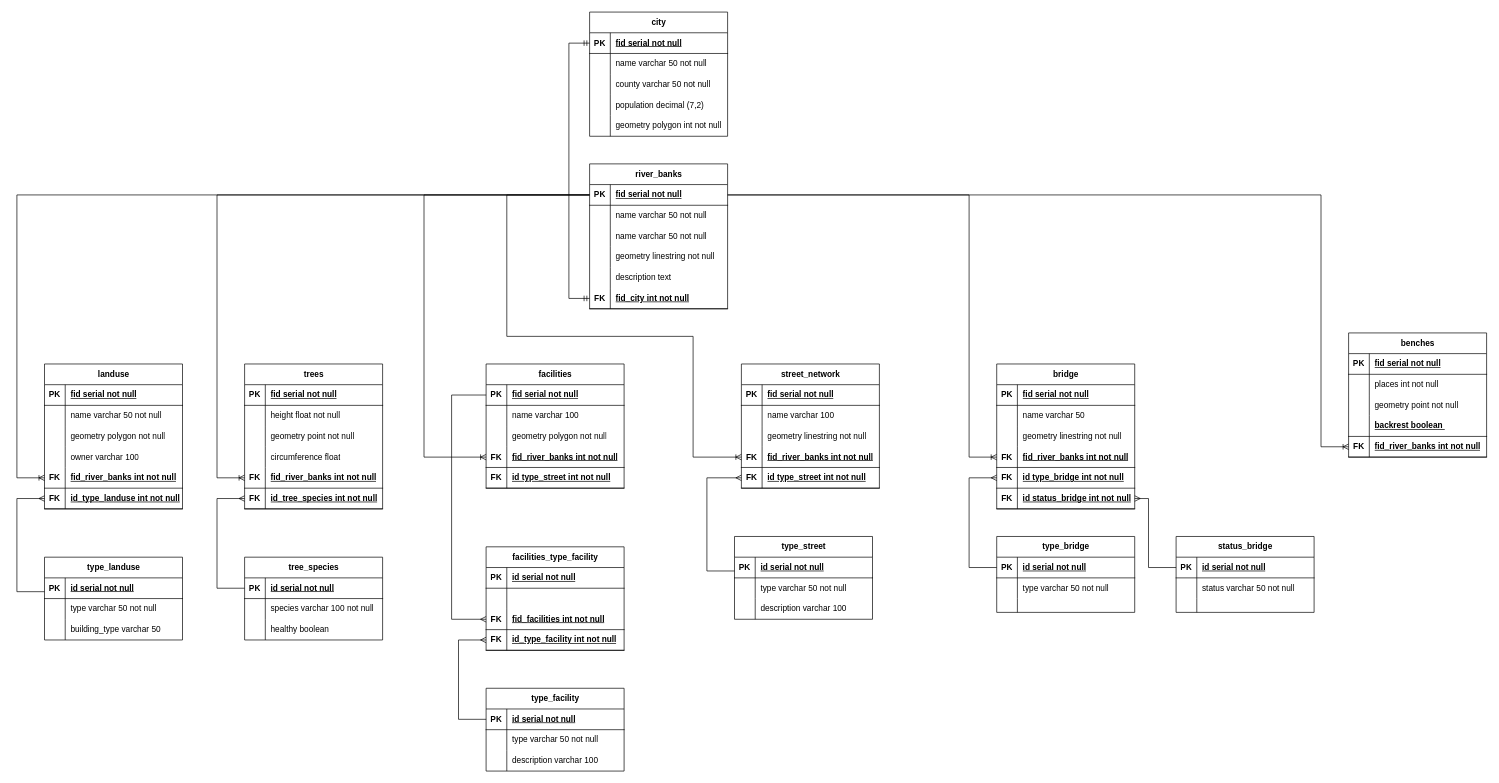
The draw.io diagram Conceptual.drawio in 2203-tania/exam_semII, before the edit. Source tidied: cells renumbered, new cells numbered last; positions are measured from the earlier drawing's top-left corner, leaving out a move shared by most shapes. Both pictures are drawn from the tidied source at 69%, with x=0, y=0 at pixel (17, 12).
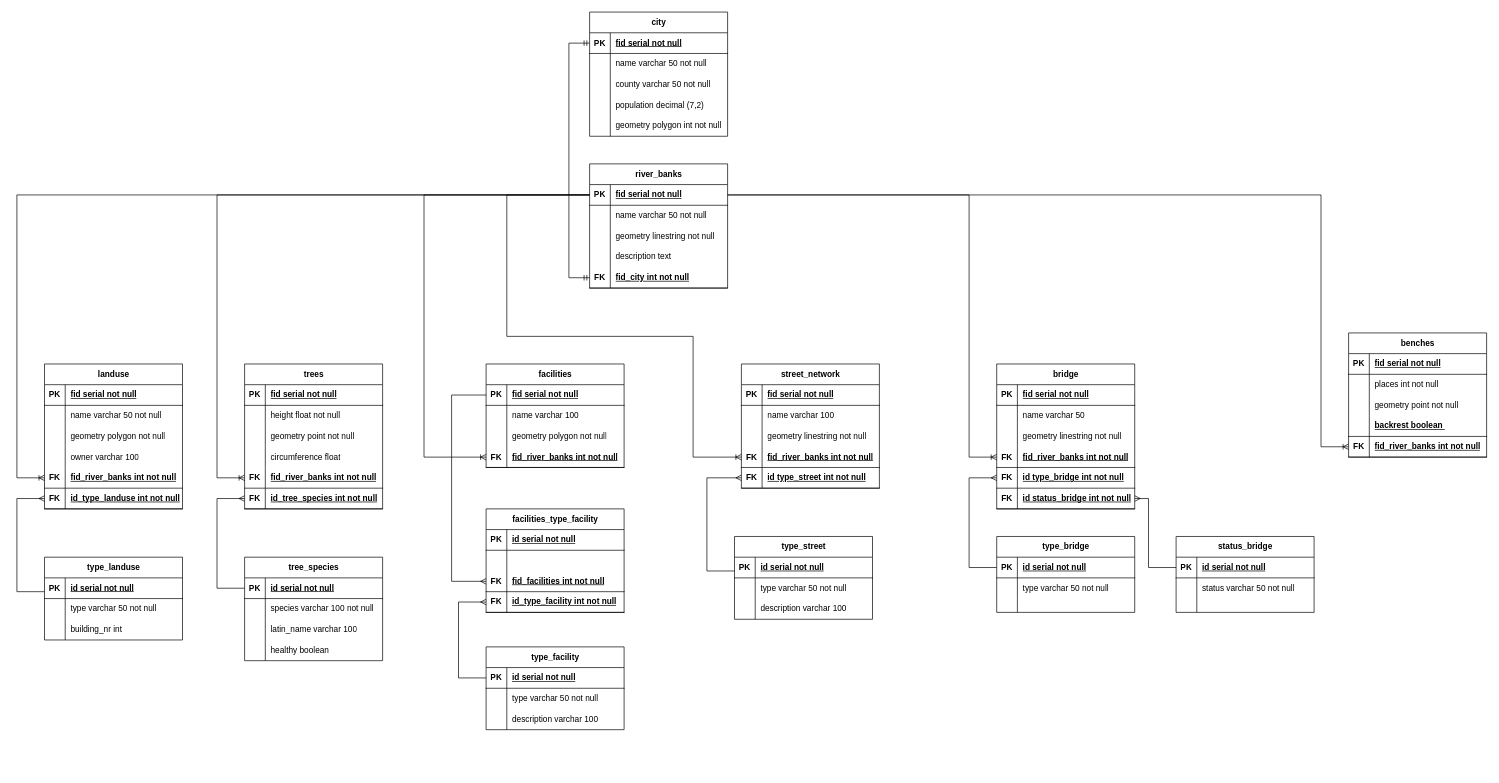
After the change.

Unchanged cells that the change refers to:
```xml
<mxCell id="65" style="shape=tableRow;horizontal=0;startSize=0;swimlaneHead=0;swimlaneBody=0;fillColor=none;top=0;left=0;right=0;bottom=0;" parent="58" vertex="1">
  <mxGeometry y="90" width="200" height="30" as="geometry" />
</mxCell>
<mxCell id="95" style="shape=tableRow;horizontal=0;startSize=0;swimlaneHead=0;swimlaneBody=0;fillColor=none;top=0;left=0;right=0;bottom=0;" parent="88" vertex="1">
  <mxGeometry y="90" width="200" height="30" as="geometry" />
</mxCell>
<mxCell id="188" style="shape=tableRow;horizontal=0;startSize=0;swimlaneHead=0;swimlaneBody=0;fillColor=none;points=[[0,0.5],[1,0.5]];portConstraint=eastwest;top=0;left=0;right=0;bottom=1;" parent="187" vertex="1">
  <mxGeometry y="30" width="200" height="30" as="geometry" />
</mxCell>
<mxCell id="220" style="shape=tableRow;horizontal=0;startSize=0;swimlaneHead=0;swimlaneBody=0;fillColor=none;points=[[0,0.5],[1,0.5]];portConstraint=eastwest;top=0;left=0;right=0;bottom=1;" parent="213" vertex="1">
  <mxGeometry y="90" width="200" height="30" as="geometry" />
</mxCell>
```

Change to the diagram source:
```diff
@@
     <mxCell id="18" value="river_banks" style="shape=table;startSize=30;childLayout=tableLayout;rowLines=0;fontStyle=1;align=center;html=1;" parent="1" vertex="1">
-      <mxGeometry x="830" y="220" width="200" height="210" as="geometry" />
+      <mxGeometry x="830" y="220" width="200" height="180" as="geometry" />
     </mxCell>
@@
-    <mxCell id="25" style="shape=tableRow;horizontal=0;startSize=0;swimlaneHead=0;swimlaneBody=0;fillColor=none;top=0;left=0;right=0;bottom=0;" parent="18" vertex="1">
-      <mxGeometry y="90" width="200" height="30" as="geometry" />
-    </mxCell>
-    <mxCell id="26" style="shape=partialRectangle;fillColor=none;top=0;left=0;bottom=0;right=0;overflow=hidden;whiteSpace=wrap;html=1;" parent="25" vertex="1">
-      <mxGeometry width="30" height="30" as="geometry" />
-    </mxCell>
-    <mxCell id="27" value="name varchar 50 not null" style="shape=partialRectangle;fillColor=none;top=0;left=0;bottom=0;right=0;align=left;spacingLeft=6;overflow=hidden;whiteSpace=wrap;html=1;" parent="25" vertex="1">
-      <mxGeometry x="30" width="170" height="30" as="geometry" />
-    </mxCell>
     <mxCell id="28" style="shape=tableRow;horizontal=0;startSize=0;swimlaneHead=0;swimlaneBody=0;fillColor=none;top=0;left=0;right=0;bottom=0;" parent="18" vertex="1">
-      <mxGeometry y="120" width="200" height="30" as="geometry" />
+      <mxGeometry y="90" width="200" height="30" as="geometry" />
     </mxCell>
@@
     <mxCell id="31" style="shape=tableRow;horizontal=0;startSize=0;swimlaneHead=0;swimlaneBody=0;fillColor=none;top=0;left=0;right=0;bottom=0;" parent="18" vertex="1">
-      <mxGeometry y="150" width="200" height="30" as="geometry" />
+      <mxGeometry y="120" width="200" height="30" as="geometry" />
     </mxCell>
@@
     <mxCell id="34" style="shape=tableRow;horizontal=0;startSize=0;swimlaneHead=0;swimlaneBody=0;fillColor=none;points=[[0,0.5],[1,0.5]];portConstraint=eastwest;top=0;left=0;right=0;bottom=1;" parent="18" vertex="1">
-      <mxGeometry y="180" width="200" height="30" as="geometry" />
+      <mxGeometry y="150" width="200" height="30" as="geometry" />
     </mxCell>
@@
-    <mxCell id="67" value="building_type varchar 50&amp;nbsp;" style="shape=partialRectangle;fillColor=none;top=0;left=0;bottom=0;right=0;align=left;spacingLeft=6;overflow=hidden;whiteSpace=wrap;html=1;" parent="65" vertex="1">
+    <mxCell id="67" value="building_nr int&amp;nbsp;" style="shape=partialRectangle;fillColor=none;top=0;left=0;bottom=0;right=0;align=left;spacingLeft=6;overflow=hidden;whiteSpace=wrap;html=1;" parent="65" vertex="1">
       <mxGeometry x="30" width="170" height="30" as="geometry" />
     </mxCell>
@@
     <mxCell id="88" value="tree_species" style="shape=table;startSize=30;childLayout=tableLayout;rowLines=0;fontStyle=1;align=center;html=1;" parent="1" vertex="1">
-      <mxGeometry x="330" y="790" width="200" height="120" as="geometry" />
+      <mxGeometry x="330" y="790" width="200" height="150" as="geometry" />
     </mxCell>
@@
-    <mxCell id="97" value="healthy boolean" style="shape=partialRectangle;fillColor=none;top=0;left=0;bottom=0;right=0;align=left;spacingLeft=6;overflow=hidden;whiteSpace=wrap;html=1;" parent="95" vertex="1">
+    <mxCell id="97" value="latin_name varchar 100" style="shape=partialRectangle;fillColor=none;top=0;left=0;bottom=0;right=0;align=left;spacingLeft=6;overflow=hidden;whiteSpace=wrap;html=1;" parent="95" vertex="1">
       <mxGeometry x="30" width="170" height="30" as="geometry" />
     </mxCell>
+    <mxCell id="229" style="shape=tableRow;horizontal=0;startSize=0;swimlaneHead=0;swimlaneBody=0;fillColor=none;top=0;left=0;right=0;bottom=0;" parent="88" vertex="1">
+      <mxGeometry y="120" width="200" height="30" as="geometry" />
+    </mxCell>
+    <mxCell id="26" style="shape=partialRectangle;fillColor=none;top=0;left=0;bottom=0;right=0;overflow=hidden;whiteSpace=wrap;html=1;" parent="229" vertex="1">
+      <mxGeometry width="30" height="30" as="geometry" />
+    </mxCell>
+    <mxCell id="230" value="healthy boolean" style="shape=partialRectangle;fillColor=none;top=0;left=0;bottom=0;right=0;align=left;spacingLeft=6;overflow=hidden;whiteSpace=wrap;html=1;" parent="229" vertex="1">
+      <mxGeometry x="30" width="170" height="30" as="geometry" />
+    </mxCell>
@@
     <mxCell id="187" value="facilities" style="shape=table;startSize=30;childLayout=tableLayout;rowLines=0;fontStyle=1;align=center;html=1;" parent="1" vertex="1">
-      <mxGeometry x="680" y="510" width="200" height="180" as="geometry" />
+      <mxGeometry x="680" y="510" width="200" height="150" as="geometry" />
     </mxCell>
@@
-    <mxCell id="200" style="shape=tableRow;horizontal=0;startSize=0;swimlaneHead=0;swimlaneBody=0;fillColor=none;top=0;left=0;right=0;bottom=1;" parent="187" vertex="1">
-      <mxGeometry y="150" width="200" height="30" as="geometry" />
-    </mxCell>
-    <mxCell id="201" value="FK" style="shape=partialRectangle;fillColor=none;top=0;left=0;bottom=0;right=0;fontStyle=1;overflow=hidden;whiteSpace=wrap;html=1;" parent="200" vertex="1">
-      <mxGeometry width="30" height="30" as="geometry" />
-    </mxCell>
-    <mxCell id="202" value="id type_street int not null" style="shape=partialRectangle;fillColor=none;top=0;left=0;bottom=0;right=0;align=left;spacingLeft=6;fontStyle=5;overflow=hidden;whiteSpace=wrap;html=1;" parent="200" vertex="1">
-      <mxGeometry x="30" width="170" height="30" as="geometry" />
-    </mxCell>
     <mxCell id="203" value="type_facility" style="shape=table;startSize=30;childLayout=tableLayout;rowLines=0;fontStyle=1;align=center;html=1;" parent="1" vertex="1">
-      <mxGeometry x="680" y="980" width="200" height="120" as="geometry" />
+      <mxGeometry x="680" y="920" width="200" height="120" as="geometry" />
     </mxCell>
@@
     <mxCell id="213" value="facilities_type_facility" style="shape=table;startSize=30;childLayout=tableLayout;rowLines=0;fontStyle=1;align=center;html=1;" parent="1" vertex="1">
-      <mxGeometry x="680" y="775" width="200" height="150" as="geometry" />
+      <mxGeometry x="680" y="720" width="200" height="150" as="geometry" />
     </mxCell>
@@
-    <mxCell id="227" style="edgeStyle=elbowEdgeStyle;fontSize=12;html=1;endArrow=ERmany;rounded=0;entryX=0;entryY=0.5;entryDx=0;entryDy=0;exitX=0;exitY=0.5;exitDx=0;exitDy=0;" parent="1" edge="1" source="188">
+    <mxCell id="227" style="edgeStyle=elbowEdgeStyle;fontSize=12;html=1;endArrow=ERmany;rounded=0;entryX=0;entryY=0.5;entryDx=0;entryDy=0;exitX=0;exitY=0.5;exitDx=0;exitDy=0;" parent="1" edge="1" source="188" target="220">
       <mxGeometry relative="1" as="geometry">
-        <mxPoint x="680" y="880" as="targetPoint" />
         <Array as="points">
           <mxPoint x="630" y="945" />
         </Array>
       </mxGeometry>
     </mxCell>
```
